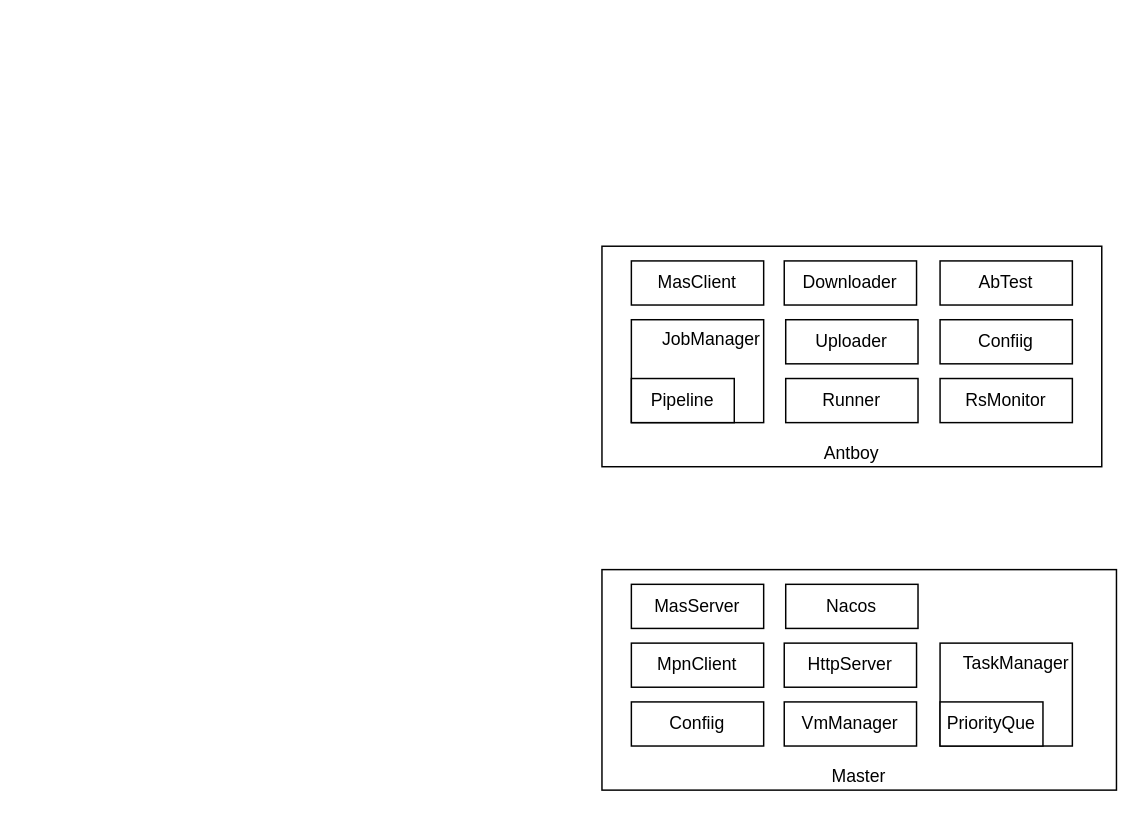
Above: page "第二层" (2 of 2) of 梧桐.drawio in zebra-min/my-design (draw.io), before the change. Source tidied: cells renumbered, new cells numbered last; positions are measured from the earlier drawing's top-left corner, leaving out a move shared by most shapes. Both pictures are drawn from the tidied source at 147%, with x=0, y=0 at pixel (601, 245).
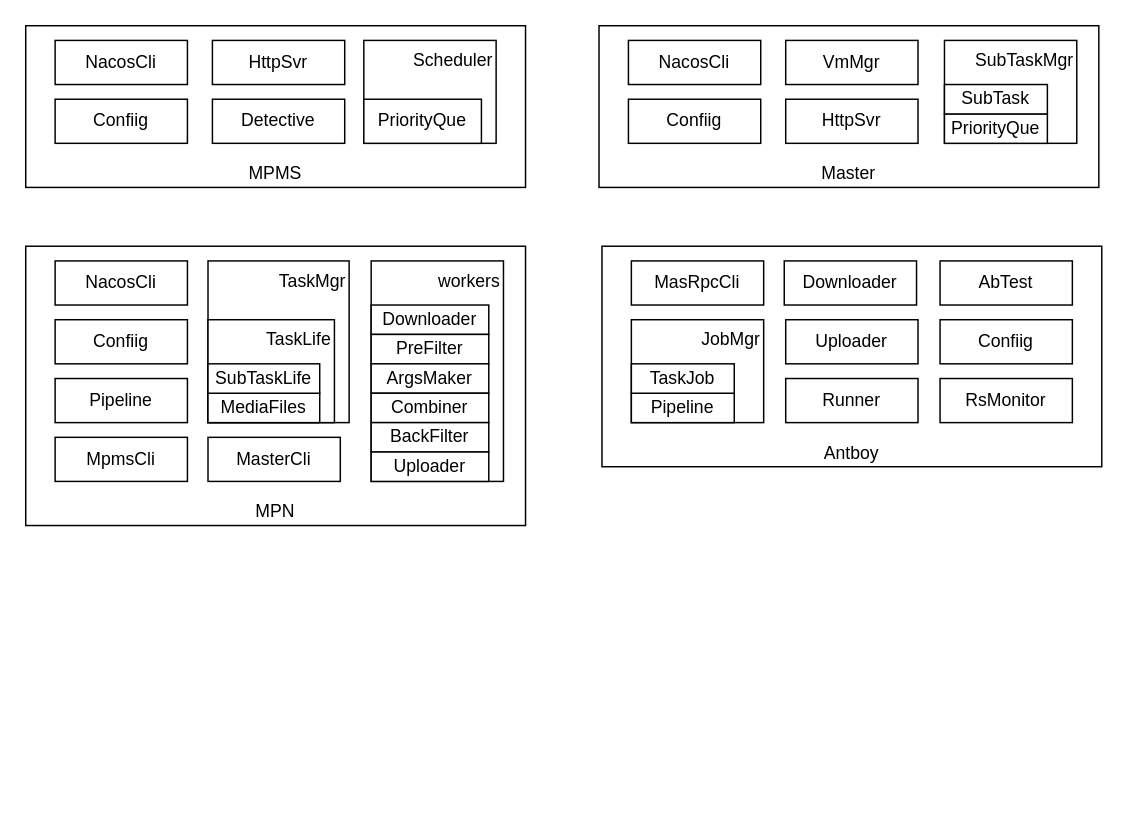
Above is the later version.

What changed in the source:
```diff
@@
+    <mxCell id="21" value="MPN" style="rounded=0;whiteSpace=wrap;html=1;align=center;verticalAlign=bottom;" parent="1" vertex="1">
+      <mxGeometry x="-392" width="340" height="190" as="geometry" />
+    </mxCell>
+    <mxCell id="22" value="workers" style="rounded=0;whiteSpace=wrap;html=1;horizontal=1;align=right;verticalAlign=top;" parent="1" vertex="1">
+      <mxGeometry x="-157" y="10" width="90" height="150" as="geometry" />
+    </mxCell>
@@
-    <mxCell id="3" value="MasClient" style="rounded=0;whiteSpace=wrap;html=1;" parent="1" vertex="1">
+    <mxCell id="3" value="MasRpcCli" style="rounded=0;whiteSpace=wrap;html=1;" parent="1" vertex="1">
       <mxGeometry x="20" y="10" width="90" height="30" as="geometry" />
     </mxCell>
-    <mxCell id="4" value="JobManager" style="rounded=0;whiteSpace=wrap;html=1;horizontal=1;align=right;verticalAlign=top;" parent="1" vertex="1">
+    <mxCell id="4" value="JobMgr" style="rounded=0;whiteSpace=wrap;html=1;horizontal=1;align=right;verticalAlign=top;" parent="1" vertex="1">
       <mxGeometry x="20" y="50" width="90" height="70" as="geometry" />
     </mxCell>
@@
     <mxCell id="9" value="Pipeline" style="rounded=0;whiteSpace=wrap;html=1;" parent="1" vertex="1">
-      <mxGeometry x="20" y="90" width="70" height="30" as="geometry" />
+      <mxGeometry x="20" y="100" width="70" height="20" as="geometry" />
     </mxCell>
@@
     <mxCell id="12" value="Master" style="rounded=0;whiteSpace=wrap;html=1;align=center;verticalAlign=bottom;" parent="1" vertex="1">
-      <mxGeometry y="220" width="350" height="150" as="geometry" />
+      <mxGeometry x="-2" y="-150" width="340" height="110" as="geometry" />
     </mxCell>
-    <mxCell id="13" value="MasServer" style="rounded=0;whiteSpace=wrap;html=1;" parent="1" vertex="1">
-      <mxGeometry x="20" y="230" width="90" height="30" as="geometry" />
-    </mxCell>
     <mxCell id="14" value="Confiig" style="rounded=0;whiteSpace=wrap;html=1;" parent="1" vertex="1">
-      <mxGeometry x="20" y="310" width="90" height="30" as="geometry" />
+      <mxGeometry x="18" y="-100" width="90" height="30" as="geometry" />
     </mxCell>
-    <mxCell id="15" value="MpnClient" style="rounded=0;whiteSpace=wrap;html=1;" parent="1" vertex="1">
-      <mxGeometry x="20" y="270" width="90" height="30" as="geometry" />
-    </mxCell>
-    <mxCell id="16" value="Nacos" style="rounded=0;whiteSpace=wrap;html=1;" parent="1" vertex="1">
-      <mxGeometry x="125" y="230" width="90" height="30" as="geometry" />
+    <mxCell id="16" value="NacosCli" style="rounded=0;whiteSpace=wrap;html=1;" parent="1" vertex="1">
+      <mxGeometry x="18" y="-140" width="90" height="30" as="geometry" />
     </mxCell>
-    <mxCell id="17" value="HttpServer" style="rounded=0;whiteSpace=wrap;html=1;" parent="1" vertex="1">
-      <mxGeometry x="124" y="270" width="90" height="30" as="geometry" />
+    <mxCell id="17" value="HttpSvr" style="rounded=0;whiteSpace=wrap;html=1;" parent="1" vertex="1">
+      <mxGeometry x="125" y="-100" width="90" height="30" as="geometry" />
     </mxCell>
-    <mxCell id="18" value="VmManager" style="rounded=0;whiteSpace=wrap;html=1;" parent="1" vertex="1">
-      <mxGeometry x="124" y="310" width="90" height="30" as="geometry" />
+    <mxCell id="18" value="VmMgr" style="rounded=0;whiteSpace=wrap;html=1;" parent="1" vertex="1">
+      <mxGeometry x="125" y="-140" width="90" height="30" as="geometry" />
     </mxCell>
-    <mxCell id="19" value="TaskManager" style="rounded=0;whiteSpace=wrap;html=1;horizontal=1;align=right;verticalAlign=top;" parent="1" vertex="1">
-      <mxGeometry x="230" y="270" width="90" height="70" as="geometry" />
+    <mxCell id="19" value="SubTaskMgr" style="rounded=0;whiteSpace=wrap;html=1;horizontal=1;align=right;verticalAlign=top;" parent="1" vertex="1">
+      <mxGeometry x="233" y="-140" width="90" height="70" as="geometry" />
     </mxCell>
     <mxCell id="20" value="PriorityQue" style="rounded=0;whiteSpace=wrap;html=1;" parent="1" vertex="1">
-      <mxGeometry x="230" y="310" width="70" height="30" as="geometry" />
+      <mxGeometry x="233" y="-90" width="70" height="20" as="geometry" />
     </mxCell>
+    <mxCell id="23" value="Pipeline" style="rounded=0;whiteSpace=wrap;html=1;" parent="1" vertex="1">
+      <mxGeometry x="-372" y="90" width="90" height="30" as="geometry" />
+    </mxCell>
+    <mxCell id="24" value="Confiig" style="rounded=0;whiteSpace=wrap;html=1;" parent="1" vertex="1">
+      <mxGeometry x="-372" y="50" width="90" height="30" as="geometry" />
+    </mxCell>
+    <mxCell id="25" value="Downloader" style="rounded=0;whiteSpace=wrap;html=1;" parent="1" vertex="1">
+      <mxGeometry x="-157" y="40" width="80" height="20" as="geometry" />
+    </mxCell>
+    <mxCell id="26" value="NacosCli" style="rounded=0;whiteSpace=wrap;html=1;" parent="1" vertex="1">
+      <mxGeometry x="-372" y="10" width="90" height="30" as="geometry" />
+    </mxCell>
+    <mxCell id="27" value="TaskMgr" style="rounded=0;whiteSpace=wrap;html=1;horizontal=1;align=right;verticalAlign=top;" parent="1" vertex="1">
+      <mxGeometry x="-268" y="10" width="96" height="110" as="geometry" />
+    </mxCell>
+    <mxCell id="28" value="TaskLife" style="rounded=0;whiteSpace=wrap;html=1;verticalAlign=top;align=right;" parent="1" vertex="1">
+      <mxGeometry x="-268" y="50" width="86" height="70" as="geometry" />
+    </mxCell>
+    <mxCell id="29" value="MediaFiles" style="rounded=0;whiteSpace=wrap;html=1;" parent="1" vertex="1">
+      <mxGeometry x="-268" y="100" width="76" height="20" as="geometry" />
+    </mxCell>
+    <mxCell id="30" value="PreFilter" style="rounded=0;whiteSpace=wrap;html=1;" parent="1" vertex="1">
+      <mxGeometry x="-157" y="60" width="80" height="20" as="geometry" />
+    </mxCell>
+    <mxCell id="31" value="ArgsMaker" style="rounded=0;whiteSpace=wrap;html=1;" parent="1" vertex="1">
+      <mxGeometry x="-157" y="80" width="80" height="20" as="geometry" />
+    </mxCell>
+    <mxCell id="32" value="Combiner" style="rounded=0;whiteSpace=wrap;html=1;" parent="1" vertex="1">
+      <mxGeometry x="-157" y="100" width="80" height="20" as="geometry" />
+    </mxCell>
+    <mxCell id="33" value="TaskJob" style="rounded=0;whiteSpace=wrap;html=1;" parent="1" vertex="1">
+      <mxGeometry x="20" y="80" width="70" height="20" as="geometry" />
+    </mxCell>
+    <mxCell id="34" value="SubTaskLife" style="rounded=0;whiteSpace=wrap;html=1;" parent="1" vertex="1">
+      <mxGeometry x="-268" y="80" width="76" height="20" as="geometry" />
+    </mxCell>
+    <mxCell id="35" value="BackFilter" style="rounded=0;whiteSpace=wrap;html=1;" parent="1" vertex="1">
+      <mxGeometry x="-157" y="120" width="80" height="20" as="geometry" />
+    </mxCell>
+    <mxCell id="36" value="Uploader" style="rounded=0;whiteSpace=wrap;html=1;" parent="1" vertex="1">
+      <mxGeometry x="-157" y="140" width="80" height="20" as="geometry" />
+    </mxCell>
+    <mxCell id="37" value="MpmsCli" style="rounded=0;whiteSpace=wrap;html=1;" parent="1" vertex="1">
+      <mxGeometry x="-372" y="130" width="90" height="30" as="geometry" />
+    </mxCell>
+    <mxCell id="38" value="MasterCli" style="rounded=0;whiteSpace=wrap;html=1;" parent="1" vertex="1">
+      <mxGeometry x="-268" y="130" width="90" height="30" as="geometry" />
+    </mxCell>
+    <mxCell id="39" value="SubTask" style="rounded=0;whiteSpace=wrap;html=1;" parent="1" vertex="1">
+      <mxGeometry x="233" y="-110" width="70" height="20" as="geometry" />
+    </mxCell>
+    <mxCell id="40" value="MPMS" style="rounded=0;whiteSpace=wrap;html=1;align=center;verticalAlign=bottom;" parent="1" vertex="1">
+      <mxGeometry x="-392" y="-150" width="340" height="110" as="geometry" />
+    </mxCell>
+    <mxCell id="41" value="Confiig" style="rounded=0;whiteSpace=wrap;html=1;" parent="1" vertex="1">
+      <mxGeometry x="-372" y="-100" width="90" height="30" as="geometry" />
+    </mxCell>
+    <mxCell id="42" value="NacosCli" style="rounded=0;whiteSpace=wrap;html=1;" parent="1" vertex="1">
+      <mxGeometry x="-372" y="-140" width="90" height="30" as="geometry" />
+    </mxCell>
+    <mxCell id="43" value="Detective" style="rounded=0;whiteSpace=wrap;html=1;" parent="1" vertex="1">
+      <mxGeometry x="-265" y="-100" width="90" height="30" as="geometry" />
+    </mxCell>
+    <mxCell id="44" value="HttpSvr" style="rounded=0;whiteSpace=wrap;html=1;" parent="1" vertex="1">
+      <mxGeometry x="-265" y="-140" width="90" height="30" as="geometry" />
+    </mxCell>
+    <mxCell id="45" value="Scheduler" style="rounded=0;whiteSpace=wrap;html=1;verticalAlign=top;align=right;" parent="1" vertex="1">
+      <mxGeometry x="-162" y="-140" width="90" height="70" as="geometry" />
+    </mxCell>
+    <mxCell id="46" value="PriorityQue" style="rounded=0;whiteSpace=wrap;html=1;" parent="1" vertex="1">
+      <mxGeometry x="-162" y="-100" width="80" height="30" as="geometry" />
+    </mxCell>
```
